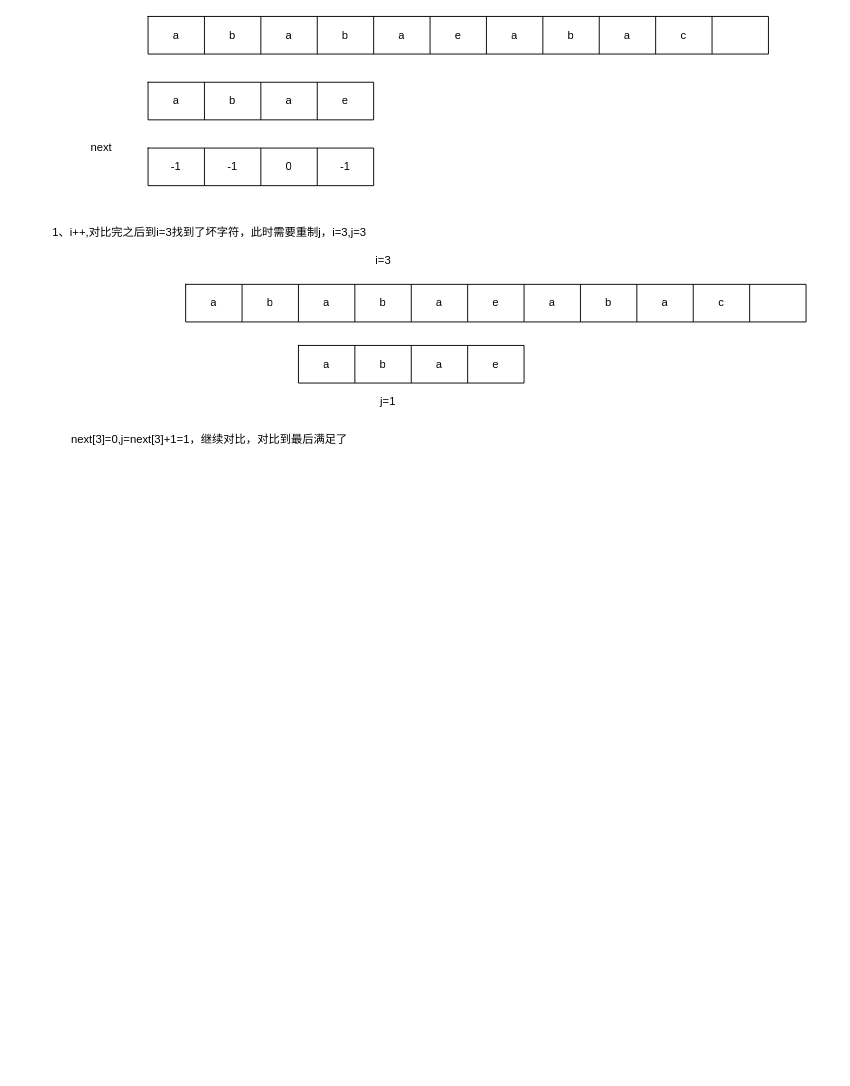
This is kmp.drawio from qinhaohao1114/my-draw, a draw.io file, before an edit. Source tidied: cells renumbered, new cells numbered last; positions are measured from the earlier drawing's top-left corner, leaving out a move shared by most shapes. Both pictures are drawn from the tidied source at 94%, with x=0, y=0 at pixel (44, 16).
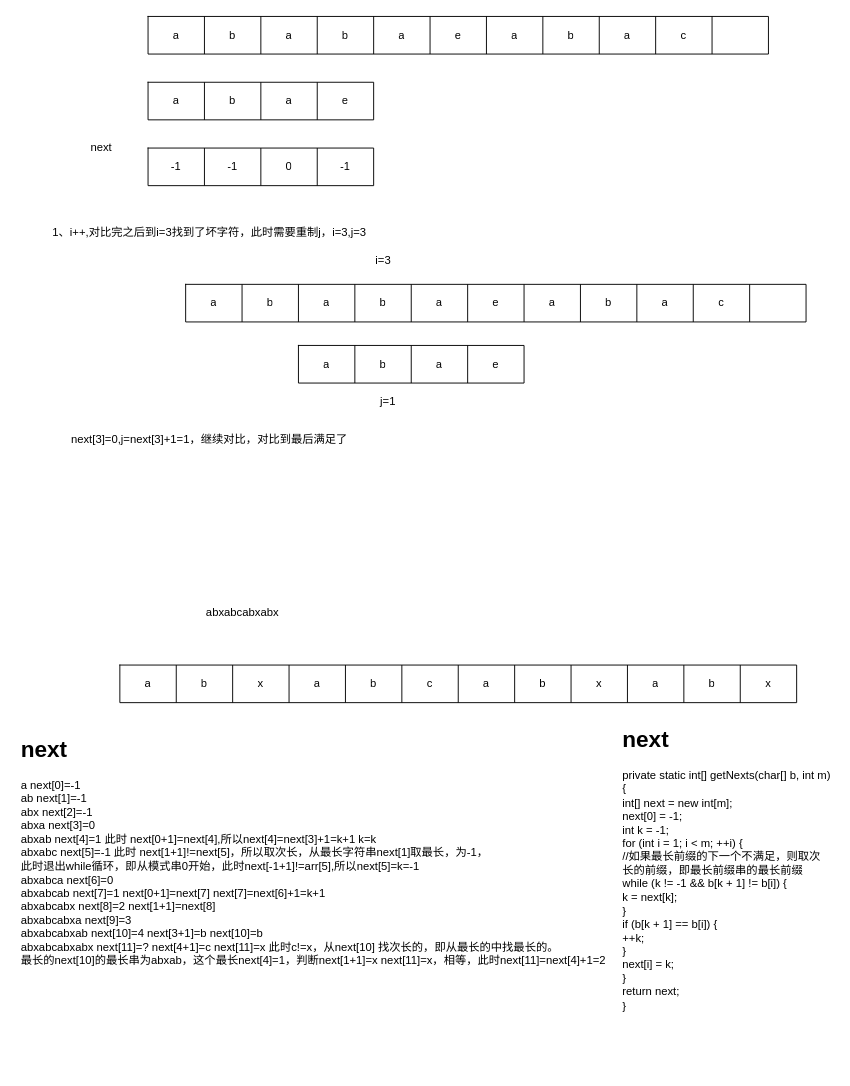
The same page after the edit.

The edit, as a diff of the source:
```diff
@@
+    <mxCell id="53" style="shape=table;html=1;whiteSpace=wrap;startSize=0;childLayout=tableLayout;" parent="1" vertex="1">
+      <mxGeometry x="80" y="690" width="720" height="40" as="geometry" />
+    </mxCell>
+    <mxCell id="54" style="shape=partialRectangle;html=1;whiteSpace=wrap;fillColor=none;top=0;left=0;bottom=0;right=0;" parent="53" vertex="1">
+      <mxGeometry width="720" height="40" as="geometry" />
+    </mxCell>
+    <mxCell id="55" value="a" style="shape=partialRectangle;html=1;whiteSpace=wrap;overflow=hidden;fillColor=none;top=0;left=0;bottom=0;right=0;" parent="54" vertex="1">
+      <mxGeometry width="60" height="40" as="geometry" />
+    </mxCell>
+    <mxCell id="56" value="b" style="shape=partialRectangle;html=1;whiteSpace=wrap;overflow=hidden;fillColor=none;top=0;left=0;bottom=0;right=0;" parent="54" vertex="1">
+      <mxGeometry x="60" width="60" height="40" as="geometry" />
+    </mxCell>
+    <mxCell id="57" value="x" style="shape=partialRectangle;html=1;whiteSpace=wrap;overflow=hidden;fillColor=none;top=0;left=0;bottom=0;right=0;" parent="54" vertex="1">
+      <mxGeometry x="120" width="60" height="40" as="geometry" />
+    </mxCell>
+    <mxCell id="58" value="a" style="shape=partialRectangle;html=1;whiteSpace=wrap;overflow=hidden;fillColor=none;top=0;left=0;bottom=0;right=0;" parent="54" vertex="1">
+      <mxGeometry x="180" width="60" height="40" as="geometry" />
+    </mxCell>
+    <mxCell id="59" value="b" style="shape=partialRectangle;html=1;whiteSpace=wrap;overflow=hidden;fillColor=none;top=0;left=0;bottom=0;right=0;" parent="54" vertex="1">
+      <mxGeometry x="240" width="60" height="40" as="geometry" />
+    </mxCell>
+    <mxCell id="60" value="c" style="shape=partialRectangle;html=1;whiteSpace=wrap;overflow=hidden;fillColor=none;top=0;left=0;bottom=0;right=0;" parent="54" vertex="1">
+      <mxGeometry x="300" width="60" height="40" as="geometry" />
+    </mxCell>
+    <mxCell id="61" value="a" style="shape=partialRectangle;html=1;whiteSpace=wrap;overflow=hidden;fillColor=none;top=0;left=0;bottom=0;right=0;" parent="54" vertex="1">
+      <mxGeometry x="360" width="60" height="40" as="geometry" />
+    </mxCell>
+    <mxCell id="62" value="b" style="shape=partialRectangle;html=1;whiteSpace=wrap;overflow=hidden;fillColor=none;top=0;left=0;bottom=0;right=0;" parent="54" vertex="1">
+      <mxGeometry x="420" width="60" height="40" as="geometry" />
+    </mxCell>
+    <mxCell id="63" value="x" style="shape=partialRectangle;html=1;whiteSpace=wrap;overflow=hidden;fillColor=none;top=0;left=0;bottom=0;right=0;" parent="54" vertex="1">
+      <mxGeometry x="480" width="60" height="40" as="geometry" />
+    </mxCell>
+    <mxCell id="64" value="a" style="shape=partialRectangle;html=1;whiteSpace=wrap;overflow=hidden;fillColor=none;top=0;left=0;bottom=0;right=0;" parent="54" vertex="1">
+      <mxGeometry x="540" width="60" height="40" as="geometry" />
+    </mxCell>
+    <mxCell id="65" value="b" style="shape=partialRectangle;html=1;whiteSpace=wrap;overflow=hidden;fillColor=none;top=0;left=0;bottom=0;right=0;" parent="54" vertex="1">
+      <mxGeometry x="600" width="60" height="40" as="geometry" />
+    </mxCell>
+    <mxCell id="66" value="x" style="shape=partialRectangle;html=1;whiteSpace=wrap;overflow=hidden;fillColor=none;top=0;left=0;bottom=0;right=0;" parent="54" vertex="1">
+      <mxGeometry x="660" width="60" height="40" as="geometry" />
+    </mxCell>
+    <mxCell id="67" value="abxabcabxabx" style="text;whiteSpace=wrap;html=1;" parent="1" vertex="1">
+      <mxGeometry x="170" y="620" width="100" height="30" as="geometry" />
+    </mxCell>
+    <mxCell id="68" value="&lt;h1&gt;next&lt;/h1&gt;&lt;div&gt;a next[0]=-1&lt;/div&gt;&lt;div&gt;ab next[1]=-1&lt;/div&gt;&lt;div&gt;abx next[2]=-1&lt;/div&gt;&lt;div&gt;abxa next[3]=0&lt;/div&gt;&lt;div&gt;abxab next[4]=1 此时 next[0+1]=next[4],所以next[4]=next[3]+1=k+1 k=k&lt;/div&gt;&lt;div&gt;abxabc next[5]=-1 此时 next[1+1]!=next[5]，所以取次长，从最长字符串next[1]取最长，为-1，&lt;/div&gt;&lt;div&gt;此时退出while循环，即从模式串0开始，此时next[-1+1]!=arr[5],所以next[5]=k=-1&lt;/div&gt;&lt;div&gt;abxabca next[6]=0&amp;nbsp;&lt;/div&gt;&lt;div&gt;abxabcab next[7]=1 next[0+1]=next[7] next[7]=next[6]+1=k+1&lt;/div&gt;&lt;div&gt;abxabcabx next[8]=2 next[1+1]=next[8]&amp;nbsp;&lt;/div&gt;&lt;div&gt;abxabcabxa next[9]=3&lt;/div&gt;&lt;div&gt;abxabcabxab next[10]=4 next[3+1]=b next[10]=b&lt;/div&gt;&lt;div&gt;abxabcabxabx next[11]=? next[4+1]=c next[11]=x 此时c!=x，从next[10] 找次长的，即从最长的中找最长的。&lt;/div&gt;&lt;div&gt;最长的next[10]的最长串为abxab，这个最长next[4]=1，判断next[1+1]=x next[11]=x，相等，此时next[11]=next[4]+1=2&lt;/div&gt;&lt;div&gt;&lt;br&gt;&lt;/div&gt;" style="text;html=1;strokeColor=none;fillColor=none;spacing=5;spacingTop=-20;whiteSpace=wrap;overflow=hidden;rounded=0;" parent="1" vertex="1">
+      <mxGeometry x="-30" y="760" width="660" height="300" as="geometry" />
+    </mxCell>
+    <mxCell id="69" value="&lt;h1&gt;next&lt;/h1&gt;&lt;div&gt;private static int[] getNexts(char[] b, int m) {&lt;br/&gt;  int[] next = new int[m];&lt;br/&gt;  next[0] = -1;&lt;br/&gt;  int k = -1;&lt;br/&gt;  for (int i = 1; i &amp;lt; m; ++i) {&lt;br/&gt;      //如果最长前缀的下一个不满足，则取次长的前缀，即最长前缀串的最长前缀&lt;br/&gt;    while (k != -1 &amp;amp;&amp;amp; b[k + 1] != b[i]) {&lt;br/&gt;      k = next[k];&lt;br/&gt;    }&lt;br/&gt;    if (b[k + 1] == b[i]) {&lt;br/&gt;      ++k;&lt;br/&gt;    }&lt;br/&gt;    next[i] = k;&lt;br/&gt;  }&lt;br/&gt;  return next;&lt;br/&gt;}&lt;br&gt;&lt;/div&gt;" style="text;html=1;strokeColor=none;fillColor=none;spacing=5;spacingTop=-20;whiteSpace=wrap;overflow=hidden;rounded=0;" parent="1" vertex="1">
+      <mxGeometry x="610" y="750" width="230" height="370" as="geometry" />
+    </mxCell>
```
